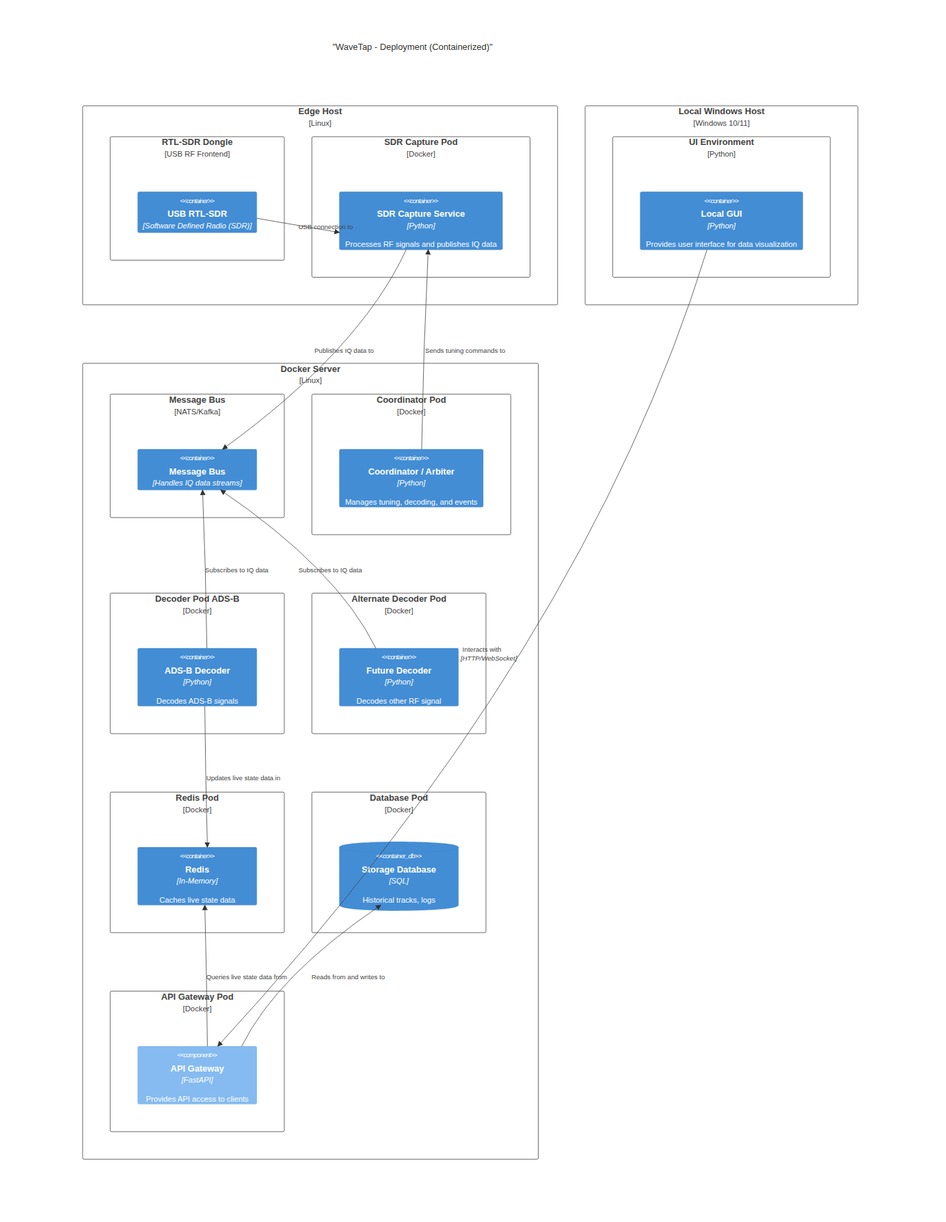
The Mermaid diagram documentation/diagrams/img_output/04_c4_deployment.png in bwharris1125/WaveTap_SDR, before a commit. Its source is kept beside it as documentation/diagrams/04_c4_deployment.mmd.
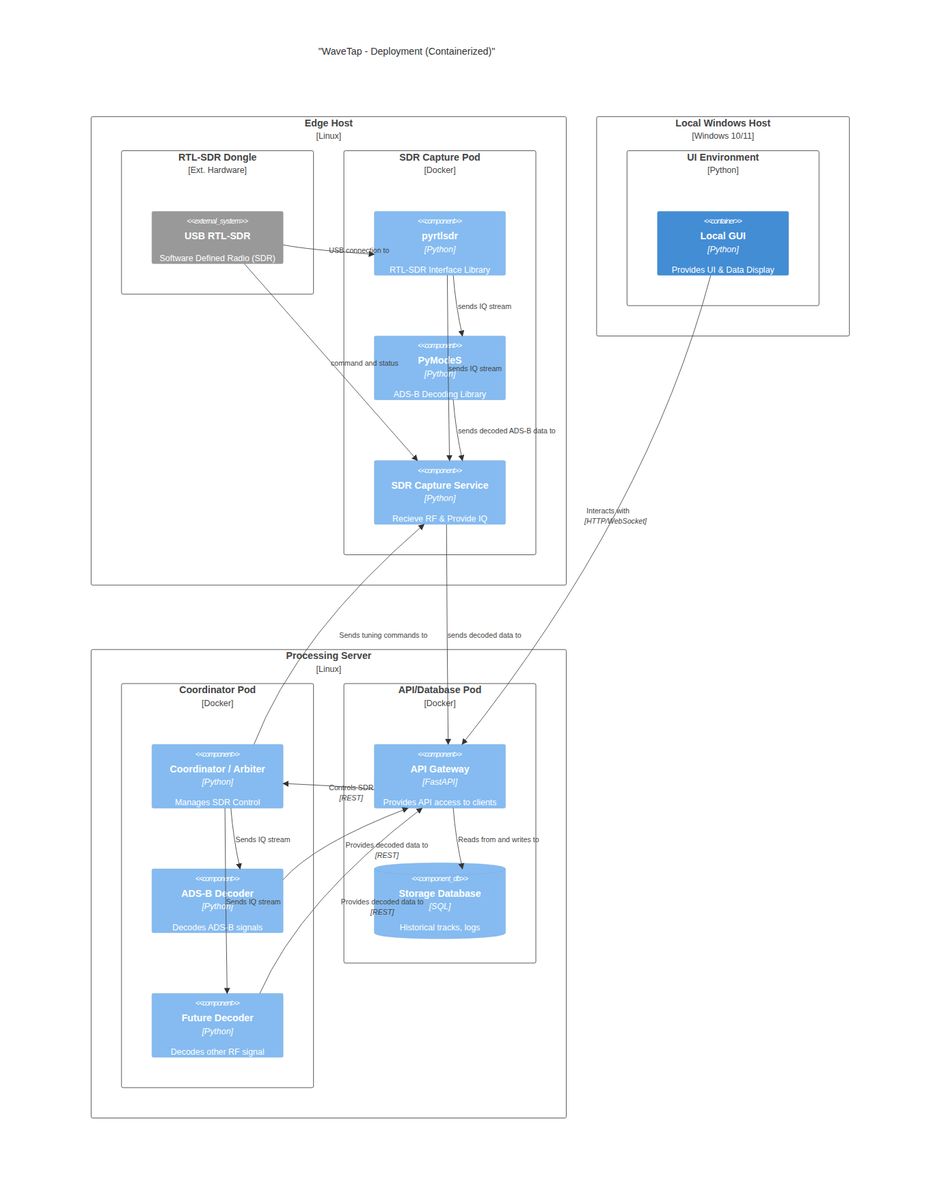
Later version of the same file.

Change to the diagram source:
```diff
@@ -2,51 +2,50 @@
 title "WaveTap - Deployment (Containerized)"
 
 Deployment_Node(edge, "Edge Host", "Linux") {
-    Node(rtlsdr_usb, "RTL-SDR Dongle", "USB RF Frontend") {
-    Container(sdr, "USB RTL-SDR", "Software Defined Radio (SDR)")
+    Node(rtlsdr_usb, "RTL-SDR Dongle", "Ext. Hardware") {
+    System_Ext(sdr, "USB RTL-SDR", "Software Defined Radio (SDR)")
     }
     Node(cap_pod, "SDR Capture Pod", "Docker") {
-        Container(sdr_cap, "SDR Capture Service", "Python", "Processes RF signals and publishes IQ data")
+        Component(pyrtlsdr, "pyrtlsdr", "Python", "RTL-SDR Interface Library")
+        Component(pymodes, "PyModeS", "Python", "ADS-B Decoding Library")
+        Component(sdr_cap, "SDR Capture Service", "Python", "Recieve RF & Provide IQ")
     }
 }
 
 Deployment_Node(local, "Local Windows Host", "Windows 10/11") {
     Node(ui_dev, "UI Environment", "Python") {
-        Container(ui, "Local GUI", "Python", "Provides user interface for data visualization")
+        Container(ui, "Local GUI", "Python", "Provides UI & Data Display")
     }
 }
 
-Deployment_Node(standalone, "Docker Server", "Linux") {
-    Node(msg, "Message Bus", "NATS/Kafka") {
-        Container(msg_bus, "Message Bus", "Handles IQ data streams")
+Deployment_Node(standalone, "Processing Server", "Linux") {
+    Node(coord_pod, "Coordinator Pod", "Docker") {
+        Component(arb, "Coordinator / Arbiter", "Python", "Manages SDR Control")
+        Component(dec_adsb, "ADS-B Decoder", "Python", "Decodes ADS-B signals")
+        Component(dec_fm, "Future Decoder", "Python", "Decodes other RF signal")
     }
-    Node(coord_pod, "Coordinator Pod", "Docker") {
-        Container(arb, "Coordinator / Arbiter", "Python", "Manages tuning, decoding, and events")
-    }
-    Node(dec_pod1, "Decoder Pod ADS-B", "Docker") {
-        Container(dec_adsb, "ADS-B Decoder", "Python", "Decodes ADS-B signals")
-    }
-    Node(dec_pod2, "Alternate Decoder Pod", "Docker") {
-        Container(dec_fm, "Future Decoder", "Python", "Decodes other RF signal")
-    }
-    Node(cache_pod, "Redis Pod", "Docker") {
-        Container(cache, "Redis", "In-Memory", "Caches live state data")
-    }
-    Node(db_pod, "Database Pod", "Docker") {
-        ContainerDb(db, "Storage Database", "SQL", "Historical tracks, logs")
-    }
-    Node(api_pod, "API Gateway Pod", "Docker") {
+    Node(db_pod, "API/Database Pod", "Docker") {
         Component(api, "API Gateway", "FastAPI", "Provides API access to clients")
+        ComponentDb(db, "Storage Database", "SQL", "Historical tracks, logs")
     }
 }
 
 
-Rel(sdr, sdr_cap, "USB connection to")
-Rel(sdr_cap, msg_bus, "Publishes IQ data to")
-Rel(dec_adsb, msg_bus, "Subscribes to IQ data")
-Rel(dec_fm, msg_bus, "Subscribes to IQ data")
+Rel(sdr, sdr_cap, "command and status")
+Rel(sdr, pyrtlsdr, "USB connection to")
+Rel(pyrtlsdr, sdr_cap, "sends IQ stream")
+Rel(pyrtlsdr, pymodes, "sends IQ stream")
+Rel(pymodes, sdr_cap, "sends decoded ADS-B data to")
+
+
+Rel(sdr_cap, api, "sends decoded data to")
+Rel(api, db, "Reads from and writes to")
+Rel(api, arb, "Controls SDR", "REST")
+Rel(ui, api, "Interacts with", "HTTP/WebSocket")
+
 Rel(arb, sdr_cap, "Sends tuning commands to")
-Rel(dec_adsb, cache, "Updates live state data in")
-Rel(api, cache, "Queries live state data from")
-Rel(api, db, "Reads from and writes to")
-Rel(ui, api, "Interacts with", "HTTP/WebSocket")
+Rel(arb, dec_fm, "Sends IQ stream")
+Rel(arb, dec_adsb, "Sends IQ stream")
+
+Rel(dec_adsb, api, "Provides decoded data to", "REST")
+Rel(dec_fm, api, "Provides decoded data to", "REST")
```
